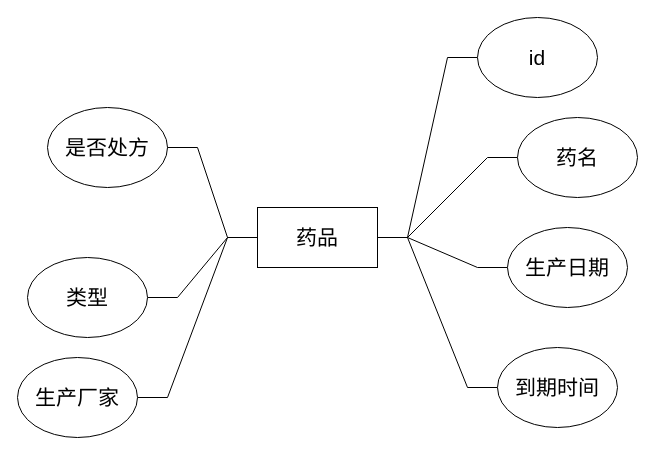
Above: page "第 5 页" (5 of 9) of 用例图/医疗信息系统E-R图.drawio in yansiro145/- (draw.io), before the change. Source tidied: cells renumbered, new cells numbered last; positions are measured from the earlier drawing's top-left corner, leaving out a move shared by most shapes. Both pictures are drawn from the tidied source at 100%, with x=0, y=0 at pixel (17, 17).
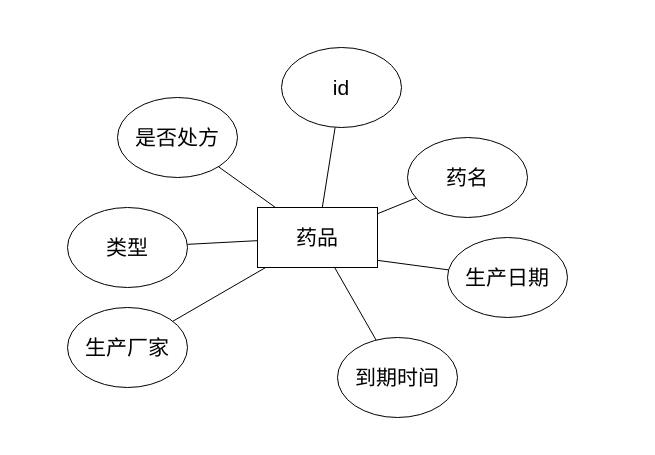
The same page after the edit.

The edit, as a diff of the source:
```diff
@@
 <mxGraphModel>
   <root>
     <mxCell id="0" />
     <mxCell id="1" parent="0" />
     <mxCell id="2" value="是否处方" style="ellipse;whiteSpace=wrap;html=1;fontFamily=Helvetica;fontSize=21;fontColor=default;strokeColor=default;fillColor=default;" parent="1" vertex="1">
-      <mxGeometry x="30" y="90" width="120" height="80" as="geometry" />
+      <mxGeometry x="100" y="80" width="120" height="80" as="geometry" />
     </mxCell>
-    <mxCell id="3" style="edgeStyle=entityRelationEdgeStyle;rounded=0;jettySize=auto;html=1;fontFamily=Helvetica;fontSize=21;fontColor=default;endArrow=none;endFill=0;" parent="1" edge="1" source="10" target="12">
-      <mxGeometry relative="1" as="geometry" />
+    <mxCell id="3" style="rounded=0;jettySize=auto;html=1;fontFamily=Helvetica;fontSize=21;fontColor=default;endArrow=none;endFill=0;" parent="1" edge="1" target="12">
+      <mxGeometry relative="1" as="geometry">
+        <mxPoint x="320" y="212.5" as="sourcePoint" />
+      </mxGeometry>
     </mxCell>
-    <mxCell id="4" style="edgeStyle=entityRelationEdgeStyle;rounded=0;jettySize=auto;html=1;fontFamily=Helvetica;fontSize=21;fontColor=default;endArrow=none;endFill=0;" parent="1" edge="1" source="10" target="13">
-      <mxGeometry relative="1" as="geometry" />
+    <mxCell id="4" style="rounded=0;jettySize=auto;html=1;fontFamily=Helvetica;fontSize=21;fontColor=default;endArrow=none;endFill=0;" parent="1" edge="1" target="13">
+      <mxGeometry relative="1" as="geometry">
+        <mxPoint x="320" y="237.5" as="sourcePoint" />
+      </mxGeometry>
     </mxCell>
-    <mxCell id="5" style="edgeStyle=entityRelationEdgeStyle;rounded=0;jettySize=auto;html=1;fontFamily=Helvetica;fontSize=21;fontColor=default;endArrow=none;endFill=0;" parent="1" edge="1" source="10" target="14">
+    <mxCell id="5" style="rounded=0;jettySize=auto;html=1;fontFamily=Helvetica;fontSize=21;fontColor=default;endArrow=none;endFill=0;" parent="1" edge="1" source="10" target="14">
       <mxGeometry relative="1" as="geometry" />
     </mxCell>
-    <mxCell id="6" style="edgeStyle=entityRelationEdgeStyle;rounded=0;jettySize=auto;html=1;fontFamily=Helvetica;fontSize=21;fontColor=default;endArrow=none;endFill=0;" parent="1" edge="1" source="10" target="15">
+    <mxCell id="6" style="rounded=0;jettySize=auto;html=1;fontFamily=Helvetica;fontSize=21;fontColor=default;endArrow=none;endFill=0;" parent="1" edge="1" source="10" target="15">
       <mxGeometry relative="1" as="geometry" />
     </mxCell>
-    <mxCell id="7" style="edgeStyle=entityRelationEdgeStyle;rounded=0;jettySize=auto;html=1;fontFamily=Helvetica;fontSize=21;fontColor=default;endArrow=none;endFill=0;" parent="1" edge="1" source="10" target="16">
+    <mxCell id="7" style="rounded=0;jettySize=auto;html=1;fontFamily=Helvetica;fontSize=21;fontColor=default;endArrow=none;endFill=0;" parent="1" edge="1" source="10" target="16">
       <mxGeometry relative="1" as="geometry" />
     </mxCell>
-    <mxCell id="8" style="edgeStyle=entityRelationEdgeStyle;rounded=0;jettySize=auto;html=1;fontFamily=Helvetica;fontSize=21;fontColor=default;endArrow=none;endFill=0;" parent="1" edge="1" source="10" target="11">
+    <mxCell id="8" style="rounded=0;jettySize=auto;html=1;fontFamily=Helvetica;fontSize=21;fontColor=default;endArrow=none;endFill=0;" parent="1" edge="1" source="10" target="11">
       <mxGeometry relative="1" as="geometry" />
     </mxCell>
-    <mxCell id="9" style="edgeStyle=entityRelationEdgeStyle;rounded=0;jettySize=auto;html=1;fontFamily=Helvetica;fontSize=21;fontColor=default;endArrow=none;endFill=0;" parent="1" edge="1" source="10" target="2">
+    <mxCell id="9" style="rounded=0;jettySize=auto;html=1;fontFamily=Helvetica;fontSize=21;fontColor=default;endArrow=none;endFill=0;" parent="1" edge="1" source="10" target="2">
       <mxGeometry relative="1" as="geometry" />
     </mxCell>
     <mxCell id="10" value="药品" style="rounded=0;whiteSpace=wrap;html=1;fontFamily=Helvetica;fontSize=21;fontColor=default;strokeColor=default;fillColor=default;" parent="1" vertex="1">
       <mxGeometry x="240" y="190" width="120" height="60" as="geometry" />
     </mxCell>
     <mxCell id="11" value="id" style="ellipse;whiteSpace=wrap;html=1;fontFamily=Helvetica;fontSize=21;fontColor=default;strokeColor=default;fillColor=default;" parent="1" vertex="1">
-      <mxGeometry x="460" width="120" height="80" as="geometry" />
+      <mxGeometry x="264" y="30" width="120" height="80" as="geometry" />
     </mxCell>
     <mxCell id="12" value="药名" style="ellipse;whiteSpace=wrap;html=1;fontFamily=Helvetica;fontSize=21;fontColor=default;strokeColor=default;fillColor=default;" parent="1" vertex="1">
-      <mxGeometry x="500" y="100" width="120" height="80" as="geometry" />
+      <mxGeometry x="390" y="120" width="120" height="80" as="geometry" />
     </mxCell>
     <mxCell id="13" value="生产日期" style="ellipse;whiteSpace=wrap;html=1;fontFamily=Helvetica;fontSize=21;fontColor=default;strokeColor=default;fillColor=default;" parent="1" vertex="1">
-      <mxGeometry x="490" y="210" width="120" height="80" as="geometry" />
+      <mxGeometry x="430" y="220" width="120" height="80" as="geometry" />
     </mxCell>
     <mxCell id="14" value="到期时间" style="ellipse;whiteSpace=wrap;html=1;fontFamily=Helvetica;fontSize=21;fontColor=default;strokeColor=default;fillColor=default;" parent="1" vertex="1">
-      <mxGeometry x="480" y="330" width="120" height="80" as="geometry" />
+      <mxGeometry x="320" y="320" width="120" height="80" as="geometry" />
     </mxCell>
     <mxCell id="15" value="生产厂家" style="ellipse;whiteSpace=wrap;html=1;fontFamily=Helvetica;fontSize=21;fontColor=default;strokeColor=default;fillColor=default;" parent="1" vertex="1">
-      <mxGeometry y="340" width="120" height="80" as="geometry" />
+      <mxGeometry x="50" y="290" width="120" height="80" as="geometry" />
     </mxCell>
     <mxCell id="16" value="类型" style="ellipse;whiteSpace=wrap;html=1;fontFamily=Helvetica;fontSize=21;fontColor=default;strokeColor=default;fillColor=default;" parent="1" vertex="1">
-      <mxGeometry x="10" y="240" width="120" height="80" as="geometry" />
+      <mxGeometry x="50" y="190" width="120" height="80" as="geometry" />
     </mxCell>
   </root>
 </mxGraphModel>
```
